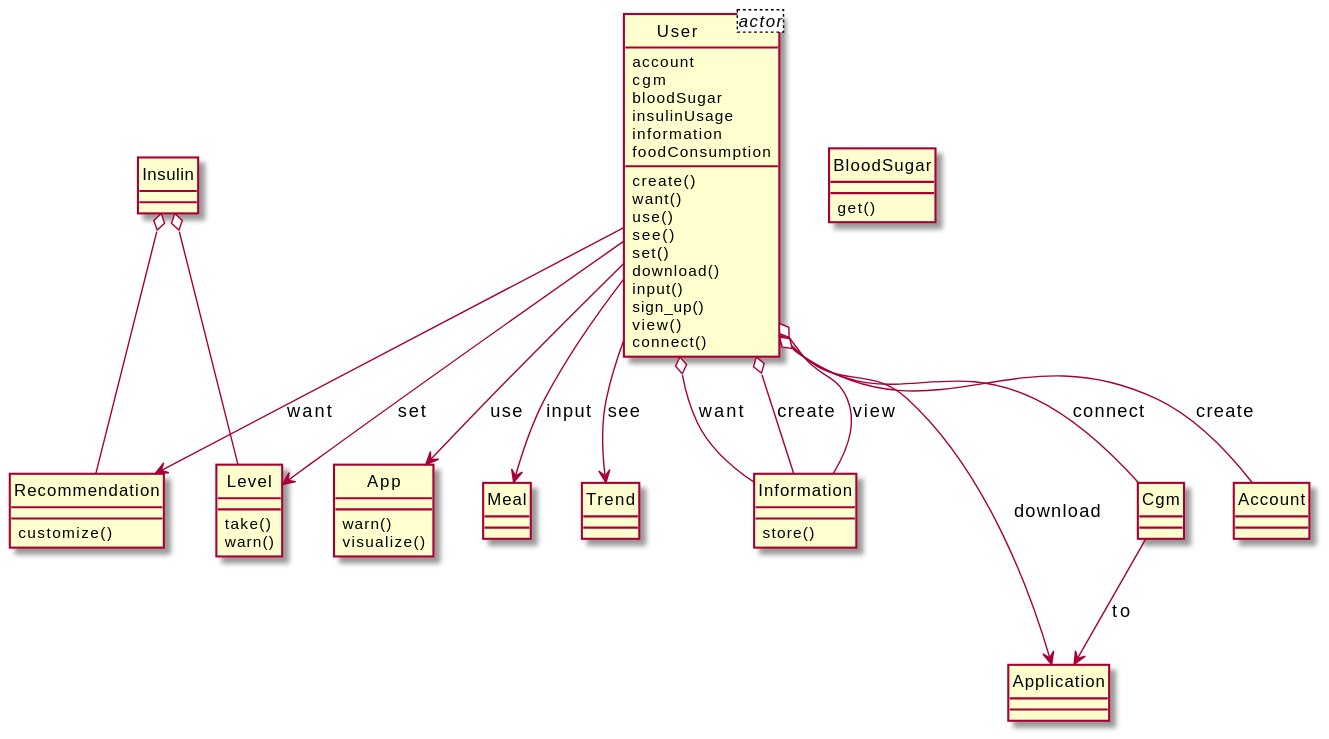
xixixhalu/DomainModelExtractor keeps this PlantUML diagram as output/diagram_5/2017-USC-Project06.svg. Above is the earlier version.
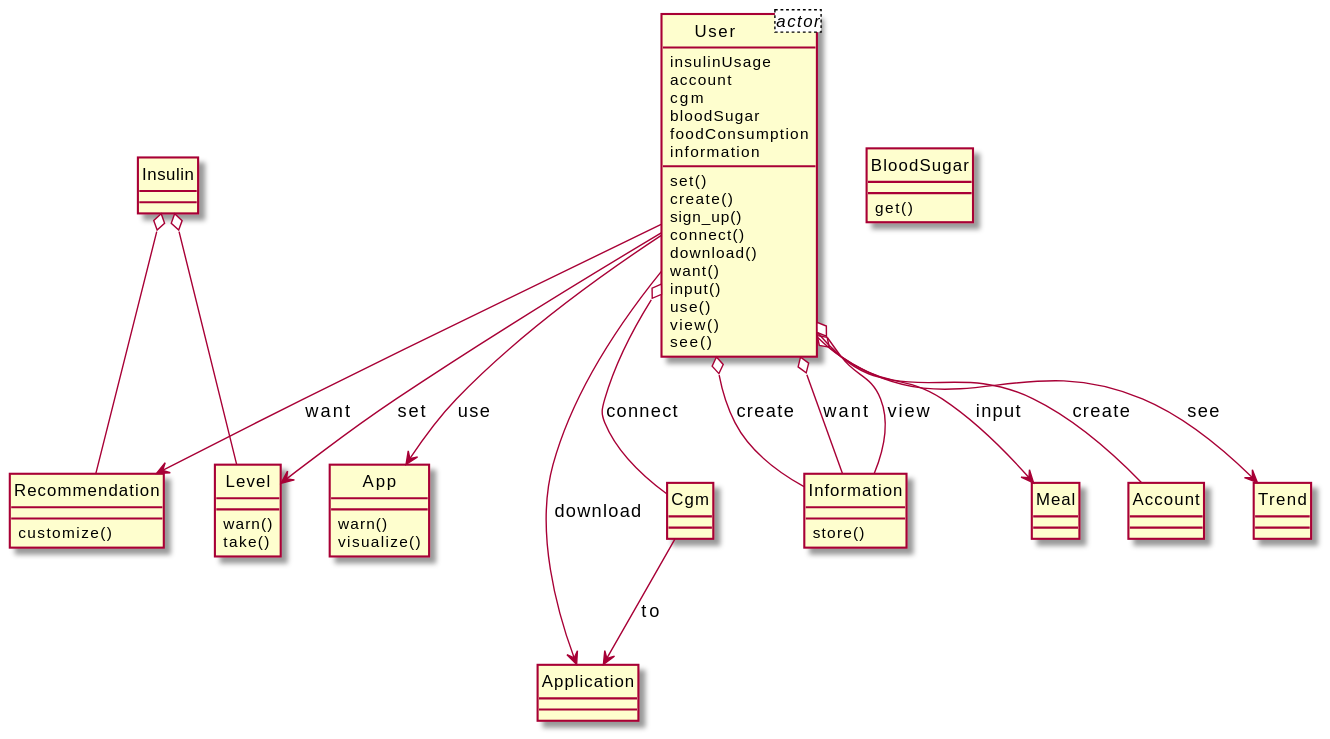
After the change.

Diff of the diagram source:
```diff
@@ -1,12 +1,12 @@
 @startuml
 hide circle
 class User<actor> {
+	insulinUsage
 	account
 	cgm
 	bloodSugar
-	insulinUsage
+	foodConsumption
 	information
-	foodConsumption
 }
 class Insulin {
 }
@@ -14,24 +14,26 @@
 	customize()
 }
 class User {
+	set()
 	create()
+	sign_up()
+	connect()
+	download()
 	want()
+	input()
 	use()
+	view()
 	see()
-	set()
-	download()
-	input()
-	sign_up()
-	view()
-	connect()
 }
 class App {
 	warn()
 	visualize()
 }
-class Meal {
+class Level {
+	warn()
+	take()
 }
-class Trend {
+class Cgm {
 }
 class Information {
 	store()
@@ -39,28 +41,26 @@
 class BloodSugar {
 	get()
 }
-class Level {
-	take()
-	warn()
-}
-class Cgm {
+class Meal {
 }
 class Account {
 }
 class Application {
 }
-Cgm --> Application : to
-Insulin o-- Level
-User --> Application : download
-User --> Meal : input
+class Trend {
+}
+User o-- Account : create
 Insulin o-- Recommendation
-User --> Level : set
-User o-- Cgm : connect
-User o-- Information : want
-User --> Trend : see
-User o-- Account : create
 User o-- Information : create
 User --> App : use
+User o-- Cgm : connect
+Cgm --> Application : to
 User --> Recommendation : want
+User --> Application : download
+Insulin o-- Level
+User --> Meal : input
+User --> Trend : see
+User o-- Information : want
 User o-- Information : view
+User --> Level : set
 @enduml
```
